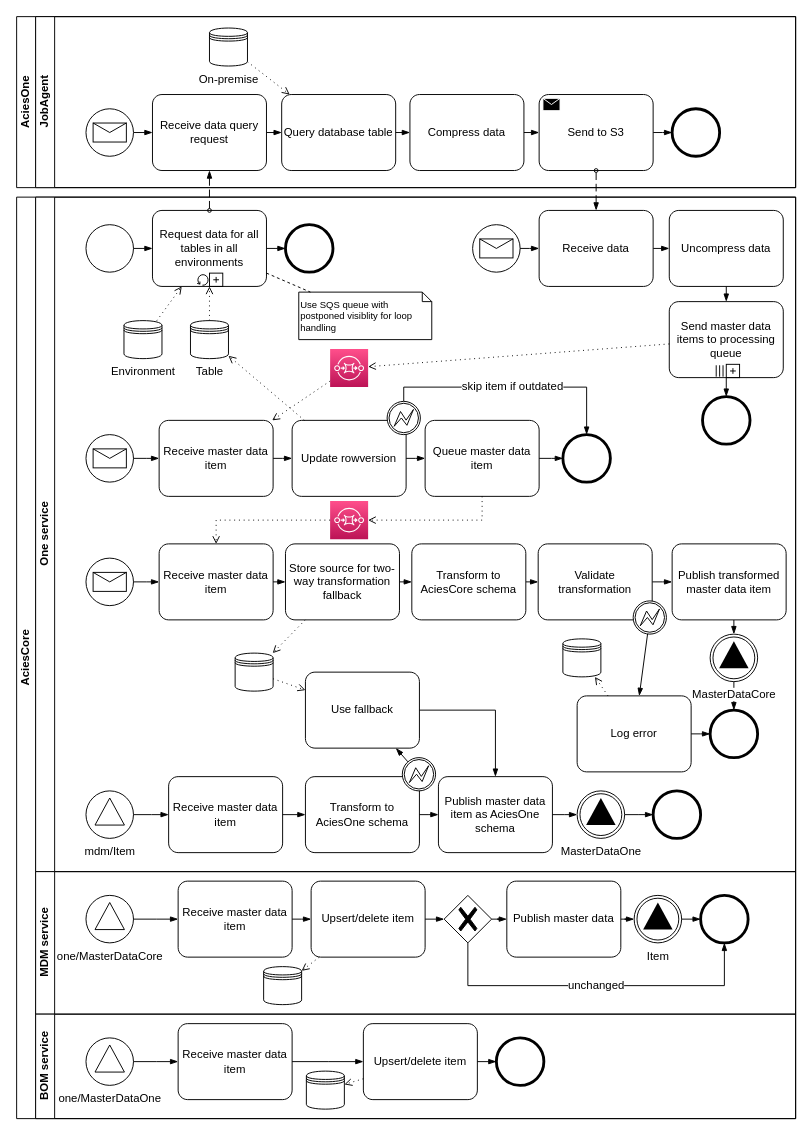
AciesDK/core-diagrams keeps this draw.io diagram as services/one/Sync.drawio. Above is the earlier version. Source tidied: cells renumbered, new cells numbered last; positions are measured from the earlier drawing's top-left corner, leaving out a move shared by most shapes. Both pictures are drawn from the tidied source at 95%, with x=0, y=0 at pixel (16, 16).
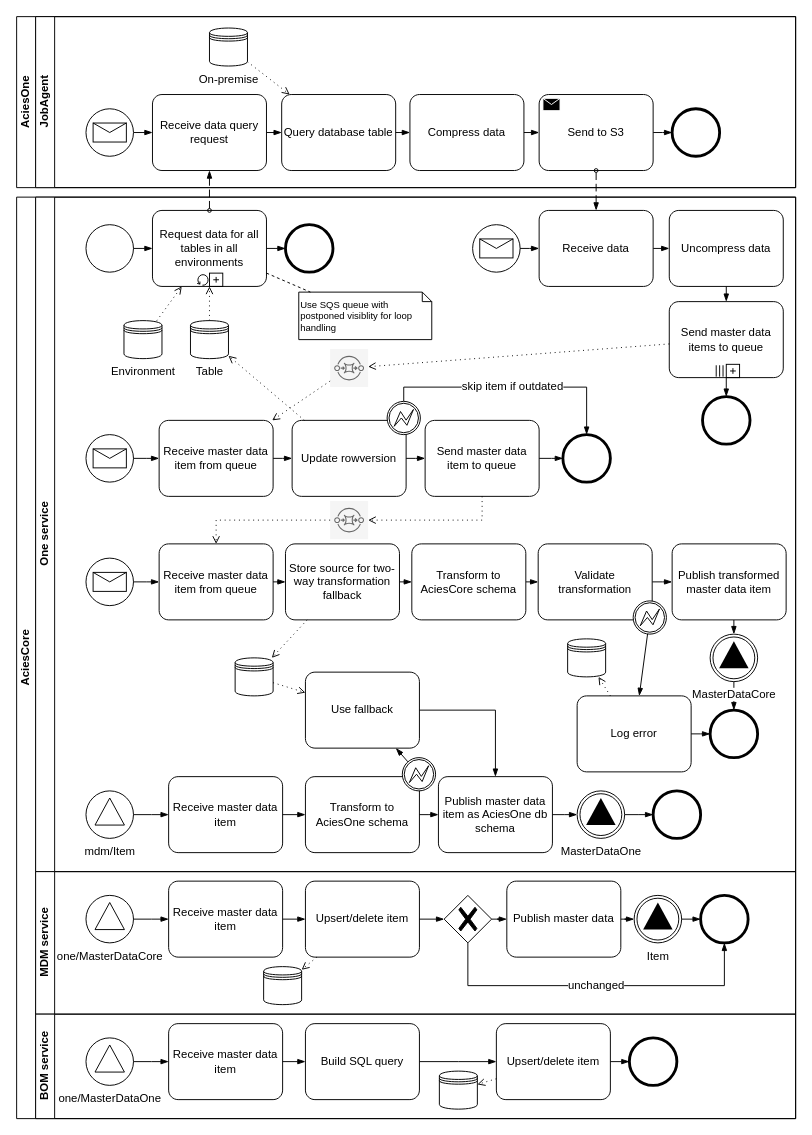
Above is the later version.

The change refers to these unchanged cells:
```xml
<mxCell id="18" value="One service" style="swimlane;html=1;startSize=20;horizontal=0;" parent="17" vertex="1">
  <mxGeometry x="20" width="800" height="710" as="geometry" />
</mxCell>
<mxCell id="96" value="MDM service" style="swimlane;html=1;startSize=20;horizontal=0;" parent="17" vertex="1">
  <mxGeometry x="20" y="710" width="800" height="150" as="geometry" />
</mxCell>
<mxCell id="113" value="BOM service" style="swimlane;html=1;startSize=20;horizontal=0;" parent="17" vertex="1">
  <mxGeometry x="20" y="860" width="800" height="110" as="geometry" />
</mxCell>
```

What changed in the source:
```diff
@@
-    <mxCell id="29" value="Receive master data item" style="points=[[0.25,0,0],[0.5,0,0],[0.75,0,0],[1,0.25,0],[1,0.5,0],[1,0.75,0],[0.75,1,0],[0.5,1,0],[0.25,1,0],[0,0.75,0],[0,0.5,0],[0,0.25,0]];shape=mxgraph.bpmn.task;whiteSpace=wrap;rectStyle=rounded;size=10;html=1;taskMarker=abstract;" parent="18" vertex="1">
+    <mxCell id="29" value="Receive master data item from queue" style="points=[[0.25,0,0],[0.5,0,0],[0.75,0,0],[1,0.25,0],[1,0.5,0],[1,0.75,0],[0.75,1,0],[0.5,1,0],[0.25,1,0],[0,0.75,0],[0,0.5,0],[0,0.25,0]];shape=mxgraph.bpmn.task;whiteSpace=wrap;rectStyle=rounded;size=10;html=1;taskMarker=abstract;" parent="18" vertex="1">
       <mxGeometry x="130" y="235" width="120" height="80" as="geometry" />
     </mxCell>
@@
-    <mxCell id="31" value="Send master data items to processing queue" style="points=[[0.25,0,0],[0.5,0,0],[0.75,0,0],[1,0.25,0],[1,0.5,0],[1,0.75,0],[0.75,1,0],[0.5,1,0],[0.25,1,0],[0,0.75,0],[0,0.5,0],[0,0.25,0]];shape=mxgraph.bpmn.task;whiteSpace=wrap;rectStyle=rounded;size=10;html=1;taskMarker=abstract;isLoopSub=1;isLoopMultiParallel=1;" parent="18" vertex="1">
+    <mxCell id="31" value="Send master data items to queue" style="points=[[0.25,0,0],[0.5,0,0],[0.75,0,0],[1,0.25,0],[1,0.5,0],[1,0.75,0],[0.75,1,0],[0.5,1,0],[0.25,1,0],[0,0.75,0],[0,0.5,0],[0,0.25,0]];shape=mxgraph.bpmn.task;whiteSpace=wrap;rectStyle=rounded;size=10;html=1;taskMarker=abstract;isLoopSub=1;isLoopMultiParallel=1;" parent="18" vertex="1">
       <mxGeometry x="667" y="110" width="120" height="80" as="geometry" />
     </mxCell>
@@
-    <mxCell id="38" style="sketch=0;points=[[0,0,0],[0.25,0,0],[0.5,0,0],[0.75,0,0],[1,0,0],[0,1,0],[0.25,1,0],[0.5,1,0],[0.75,1,0],[1,1,0],[0,0.25,0],[0,0.5,0],[0,0.75,0],[1,0.25,0],[1,0.5,0],[1,0.75,0]];outlineConnect=0;fontColor=#232F3E;gradientColor=#FF4F8B;gradientDirection=north;fillColor=#BC1356;strokeColor=#ffffff;dashed=0;verticalLabelPosition=bottom;verticalAlign=top;align=center;html=1;fontSize=12;fontStyle=0;shape=mxgraph.aws4.resourceIcon;resIcon=mxgraph.aws4.sqs;" parent="18" vertex="1">
+    <mxCell id="38" style="points=[[0,0,0],[0.25,0,0],[0.5,0,0],[0.75,0,0],[1,0,0],[0,1,0],[0.25,1,0],[0.5,1,0],[0.75,1,0],[1,1,0],[0,0.25,0],[0,0.5,0],[0,0.75,0],[1,0.25,0],[1,0.5,0],[1,0.75,0]];outlineConnect=0;fontColor=#333333;gradientDirection=north;fillColor=#f5f5f5;strokeColor=#666666;dashed=0;verticalLabelPosition=bottom;verticalAlign=top;align=center;html=1;fontSize=12;fontStyle=0;shape=mxgraph.aws4.resourceIcon;resIcon=mxgraph.aws4.sqs;shadow=0;" parent="18" vertex="1">
       <mxGeometry x="310" y="160" width="40" height="40" as="geometry" />
     </mxCell>
@@
-    <mxCell id="43" value="Receive master data item" style="points=[[0.25,0,0],[0.5,0,0],[0.75,0,0],[1,0.25,0],[1,0.5,0],[1,0.75,0],[0.75,1,0],[0.5,1,0],[0.25,1,0],[0,0.75,0],[0,0.5,0],[0,0.25,0]];shape=mxgraph.bpmn.task;whiteSpace=wrap;rectStyle=rounded;size=10;html=1;taskMarker=abstract;" parent="18" vertex="1">
+    <mxCell id="43" value="Receive master data item from queue" style="points=[[0.25,0,0],[0.5,0,0],[0.75,0,0],[1,0.25,0],[1,0.5,0],[1,0.75,0],[0.75,1,0],[0.5,1,0],[0.25,1,0],[0,0.75,0],[0,0.5,0],[0,0.25,0]];shape=mxgraph.bpmn.task;whiteSpace=wrap;rectStyle=rounded;size=10;html=1;taskMarker=abstract;" parent="18" vertex="1">
       <mxGeometry x="130" y="365" width="120" height="80" as="geometry" />
     </mxCell>
@@
-    <mxCell id="60" value="Queue master data item" style="points=[[0.25,0,0],[0.5,0,0],[0.75,0,0],[1,0.25,0],[1,0.5,0],[1,0.75,0],[0.75,1,0],[0.5,1,0],[0.25,1,0],[0,0.75,0],[0,0.5,0],[0,0.25,0]];shape=mxgraph.bpmn.task;whiteSpace=wrap;rectStyle=rounded;size=10;html=1;taskMarker=abstract;" parent="18" vertex="1">
+    <mxCell id="60" value="Send master data item to queue" style="points=[[0.25,0,0],[0.5,0,0],[0.75,0,0],[1,0.25,0],[1,0.5,0],[1,0.75,0],[0.75,1,0],[0.5,1,0],[0.25,1,0],[0,0.75,0],[0,0.5,0],[0,0.25,0]];shape=mxgraph.bpmn.task;whiteSpace=wrap;rectStyle=rounded;size=10;html=1;taskMarker=abstract;" parent="18" vertex="1">
       <mxGeometry x="410" y="235" width="120" height="80" as="geometry" />
     </mxCell>
@@
-    <mxCell id="75" value="Publish master data item as AciesOne schema" style="points=[[0.25,0,0],[0.5,0,0],[0.75,0,0],[1,0.25,0],[1,0.5,0],[1,0.75,0],[0.75,1,0],[0.5,1,0],[0.25,1,0],[0,0.75,0],[0,0.5,0],[0,0.25,0]];shape=mxgraph.bpmn.task;whiteSpace=wrap;rectStyle=rounded;size=10;html=1;taskMarker=abstract;" parent="18" vertex="1">
+    <mxCell id="75" value="Publish master data item as AciesOne db schema" style="points=[[0.25,0,0],[0.5,0,0],[0.75,0,0],[1,0.25,0],[1,0.5,0],[1,0.75,0],[0.75,1,0],[0.5,1,0],[0.25,1,0],[0,0.75,0],[0,0.5,0],[0,0.25,0]];shape=mxgraph.bpmn.task;whiteSpace=wrap;rectStyle=rounded;size=10;html=1;taskMarker=abstract;" parent="18" vertex="1">
       <mxGeometry x="424" y="610" width="120" height="80" as="geometry" />
     </mxCell>
@@
-    <mxCell id="79" style="sketch=0;points=[[0,0,0],[0.25,0,0],[0.5,0,0],[0.75,0,0],[1,0,0],[0,1,0],[0.25,1,0],[0.5,1,0],[0.75,1,0],[1,1,0],[0,0.25,0],[0,0.5,0],[0,0.75,0],[1,0.25,0],[1,0.5,0],[1,0.75,0]];outlineConnect=0;fontColor=#232F3E;gradientColor=#FF4F8B;gradientDirection=north;fillColor=#BC1356;strokeColor=#ffffff;dashed=0;verticalLabelPosition=bottom;verticalAlign=top;align=center;html=1;fontSize=12;fontStyle=0;shape=mxgraph.aws4.resourceIcon;resIcon=mxgraph.aws4.sqs;" parent="18" vertex="1">
+    <mxCell id="79" style="points=[[0,0,0],[0.25,0,0],[0.5,0,0],[0.75,0,0],[1,0,0],[0,1,0],[0.25,1,0],[0.5,1,0],[0.75,1,0],[1,1,0],[0,0.25,0],[0,0.5,0],[0,0.75,0],[1,0.25,0],[1,0.5,0],[1,0.75,0]];outlineConnect=0;fontColor=#333333;gradientDirection=north;fillColor=#f5f5f5;strokeColor=#666666;dashed=0;verticalLabelPosition=bottom;verticalAlign=top;align=center;html=1;fontSize=12;fontStyle=0;shape=mxgraph.aws4.resourceIcon;resIcon=mxgraph.aws4.sqs;shadow=0;" parent="18" vertex="1">
       <mxGeometry x="310" y="320" width="40" height="40" as="geometry" />
     </mxCell>
@@
     <mxCell id="85" style="shape=datastore;html=1;labelPosition=center;verticalLabelPosition=bottom;align=center;verticalAlign=top;" parent="18" vertex="1">
-      <mxGeometry x="210" y="480" width="40" height="40" as="geometry" />
+      <mxGeometry x="210" y="485" width="40" height="40" as="geometry" />
     </mxCell>
@@
     <mxCell id="90" style="shape=datastore;html=1;labelPosition=center;verticalLabelPosition=bottom;align=center;verticalAlign=top;" parent="18" vertex="1">
-      <mxGeometry x="555" y="465" width="40" height="40" as="geometry" />
+      <mxGeometry x="560" y="465" width="40" height="40" as="geometry" />
     </mxCell>
@@
     <mxCell id="98" value="Receive master data item" style="points=[[0.25,0,0],[0.5,0,0],[0.75,0,0],[1,0.25,0],[1,0.5,0],[1,0.75,0],[0.75,1,0],[0.5,1,0],[0.25,1,0],[0,0.75,0],[0,0.5,0],[0,0.25,0]];shape=mxgraph.bpmn.task;whiteSpace=wrap;rectStyle=rounded;size=10;html=1;taskMarker=abstract;" parent="96" vertex="1">
-      <mxGeometry x="150" y="10" width="120" height="80" as="geometry" />
+      <mxGeometry x="140" y="10" width="120" height="80" as="geometry" />
     </mxCell>
@@
     <mxCell id="100" value="Upsert/delete item" style="points=[[0.25,0,0],[0.5,0,0],[0.75,0,0],[1,0.25,0],[1,0.5,0],[1,0.75,0],[0.75,1,0],[0.5,1,0],[0.25,1,0],[0,0.75,0],[0,0.5,0],[0,0.25,0]];shape=mxgraph.bpmn.task;whiteSpace=wrap;rectStyle=rounded;size=10;html=1;taskMarker=abstract;" parent="96" vertex="1">
-      <mxGeometry x="290" y="10" width="120" height="80" as="geometry" />
+      <mxGeometry x="284" y="10" width="120" height="80" as="geometry" />
     </mxCell>
@@
     <mxCell id="115" value="Receive master data item" style="points=[[0.25,0,0],[0.5,0,0],[0.75,0,0],[1,0.25,0],[1,0.5,0],[1,0.75,0],[0.75,1,0],[0.5,1,0],[0.25,1,0],[0,0.75,0],[0,0.5,0],[0,0.25,0]];shape=mxgraph.bpmn.task;whiteSpace=wrap;rectStyle=rounded;size=10;html=1;taskMarker=abstract;" parent="113" vertex="1">
-      <mxGeometry x="150" y="10" width="120" height="80" as="geometry" />
+      <mxGeometry x="140" y="10" width="120" height="80" as="geometry" />
     </mxCell>
@@
     <mxCell id="117" value="Upsert/delete item" style="points=[[0.25,0,0],[0.5,0,0],[0.75,0,0],[1,0.25,0],[1,0.5,0],[1,0.75,0],[0.75,1,0],[0.5,1,0],[0.25,1,0],[0,0.75,0],[0,0.5,0],[0,0.25,0]];shape=mxgraph.bpmn.task;whiteSpace=wrap;rectStyle=rounded;size=10;html=1;taskMarker=abstract;" parent="113" vertex="1">
-      <mxGeometry x="345" y="10" width="120" height="80" as="geometry" />
+      <mxGeometry x="485" y="10" width="120" height="80" as="geometry" />
     </mxCell>
-    <mxCell id="118" style="edgeStyle=elbowEdgeStyle;fontSize=12;html=1;endArrow=blockThin;endFill=1;rounded=0;" parent="113" edge="1" source="115" target="117">
+    <mxCell id="118" style="edgeStyle=elbowEdgeStyle;fontSize=12;html=1;endArrow=blockThin;endFill=1;rounded=0;" parent="113" edge="1" source="125" target="117">
       <mxGeometry relative="1" as="geometry" />
     </mxCell>
     <mxCell id="119" style="shape=datastore;html=1;labelPosition=center;verticalLabelPosition=bottom;align=center;verticalAlign=top;" parent="113" vertex="1">
-      <mxGeometry x="285" y="60" width="40" height="40" as="geometry" />
+      <mxGeometry x="425" y="60" width="40" height="40" as="geometry" />
     </mxCell>
@@
     <mxCell id="121" style="points=[[0.145,0.145,0],[0.5,0,0],[0.855,0.145,0],[1,0.5,0],[0.855,0.855,0],[0.5,1,0],[0.145,0.855,0],[0,0.5,0]];shape=mxgraph.bpmn.event;html=1;verticalLabelPosition=bottom;labelBackgroundColor=#ffffff;verticalAlign=top;align=center;perimeter=ellipsePerimeter;outlineConnect=0;outline=end;symbol=terminate2;" parent="113" vertex="1">
-      <mxGeometry x="485" y="25" width="50" height="50" as="geometry" />
+      <mxGeometry x="625" y="25" width="50" height="50" as="geometry" />
     </mxCell>
@@
+    <mxCell id="125" value="Build SQL query" style="points=[[0.25,0,0],[0.5,0,0],[0.75,0,0],[1,0.25,0],[1,0.5,0],[1,0.75,0],[0.75,1,0],[0.5,1,0],[0.25,1,0],[0,0.75,0],[0,0.5,0],[0,0.25,0]];shape=mxgraph.bpmn.task;whiteSpace=wrap;rectStyle=rounded;size=10;html=1;taskMarker=abstract;" parent="113" vertex="1">
+      <mxGeometry x="284" y="10" width="120" height="80" as="geometry" />
+    </mxCell>
+    <mxCell id="126" style="edgeStyle=elbowEdgeStyle;fontSize=12;html=1;endArrow=blockThin;endFill=1;rounded=0;" parent="113" edge="1" source="115" target="125">
+      <mxGeometry relative="1" as="geometry" />
+    </mxCell>
```
